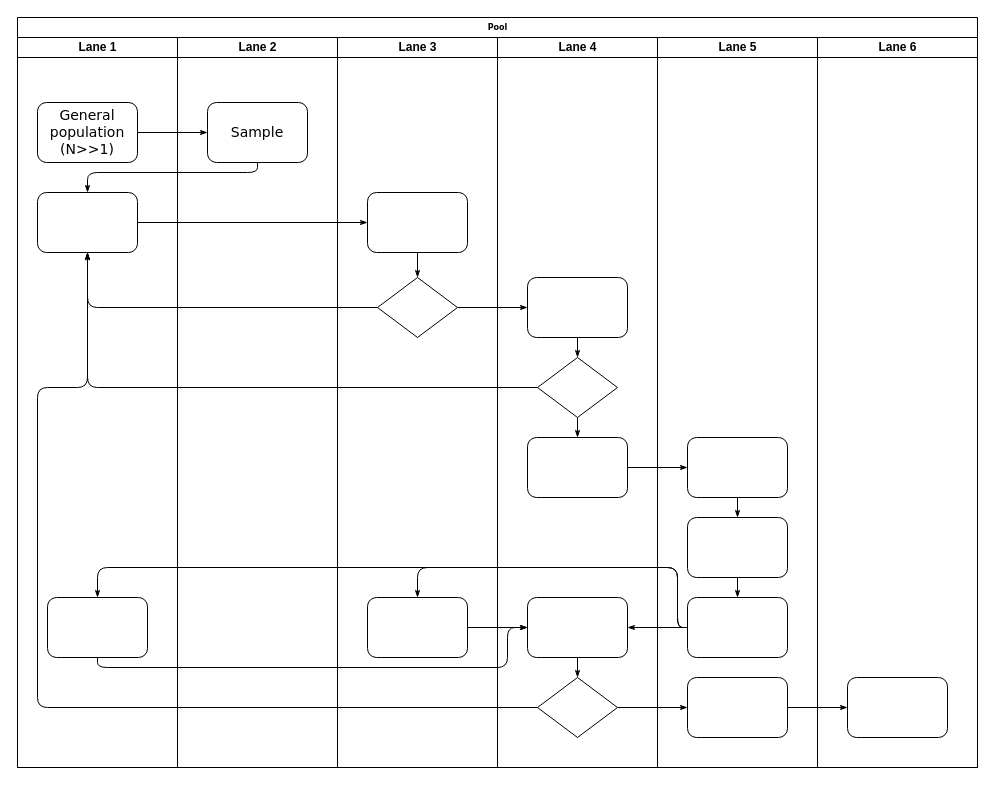
Above: Parts-Chapters/Bootstrap/Untitled Diagram.drawio in Kirill-Murashev/AI_for_valuers_book (draw.io), before the change. Source tidied: cells renumbered, new cells numbered last; positions are measured from the earlier drawing's top-left corner, leaving out a move shared by most shapes. Both pictures are drawn from the tidied source at 100%, with x=0, y=0 at pixel (17, 17).
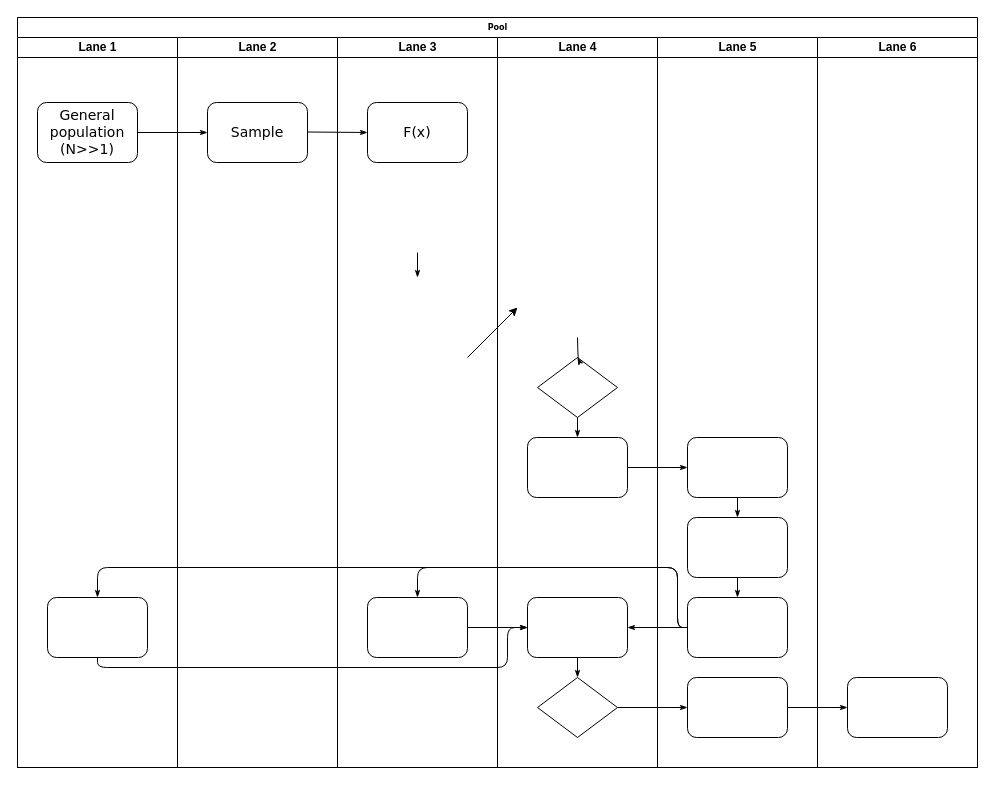
The same page after the edit.

Unchanged cells that the change refers to:
```xml
<mxCell id="2" value="Pool" style="swimlane;html=1;startSize=20;rounded=0;shadow=0;labelBackgroundColor=none;strokeWidth=1;fontFamily=Verdana;fontSize=8;align=center;" parent="1" vertex="1">
  <mxGeometry width="960" height="750" as="geometry" />
</mxCell>
<mxCell id="3" value="Lane 1" style="swimlane;html=1;startSize=20;" parent="2" vertex="1">
  <mxGeometry y="20" width="160" height="730" as="geometry" />
</mxCell>
<mxCell id="22" value="Lane 2" style="swimlane;html=1;startSize=20;" parent="2" vertex="1">
  <mxGeometry x="160" y="20" width="160" height="730" as="geometry" />
</mxCell>
<mxCell id="23" value="&lt;font style=&quot;font-size: 14px;&quot;&gt;Sample&lt;/font&gt;" style="rounded=1;whiteSpace=wrap;html=1;shadow=0;labelBackgroundColor=none;strokeWidth=1;fontFamily=Verdana;fontSize=8;align=center;" parent="22" vertex="1">
  <mxGeometry x="30" y="65" width="100" height="60" as="geometry" />
</mxCell>
<mxCell id="24" value="Lane 3" style="swimlane;html=1;startSize=20;" parent="2" vertex="1">
  <mxGeometry x="320" y="20" width="160" height="730" as="geometry" />
</mxCell>
<mxCell id="29" value="Lane 4" style="swimlane;html=1;startSize=20;" parent="2" vertex="1">
  <mxGeometry x="480" y="20" width="160" height="730" as="geometry" />
</mxCell>
<mxCell id="31" style="rhombus;whiteSpace=wrap;html=1;rounded=0;shadow=0;labelBackgroundColor=none;strokeWidth=1;fontFamily=Verdana;fontSize=8;align=center;" parent="29" vertex="1">
  <mxGeometry x="40" y="320" width="80" height="60" as="geometry" />
</mxCell>
<mxCell id="34" style="rhombus;whiteSpace=wrap;html=1;rounded=0;shadow=0;labelBackgroundColor=none;strokeWidth=1;fontFamily=Verdana;fontSize=8;align=center;" parent="29" vertex="1">
  <mxGeometry x="40" y="640" width="80" height="60" as="geometry" />
</mxCell>
```

Change to the diagram source:
```diff
@@
-    <mxCell id="5" style="rounded=1;whiteSpace=wrap;html=1;shadow=0;labelBackgroundColor=none;strokeWidth=1;fontFamily=Verdana;fontSize=8;align=center;" parent="3" vertex="1">
-      <mxGeometry x="20" y="155" width="100" height="60" as="geometry" />
-    </mxCell>
@@
-    <mxCell id="8" style="edgeStyle=orthogonalEdgeStyle;rounded=1;html=1;labelBackgroundColor=none;startArrow=none;startFill=0;startSize=5;endArrow=classicThin;endFill=1;endSize=5;jettySize=auto;strokeWidth=1;fontFamily=Verdana;fontSize=8;" parent="2" edge="1" source="23" target="5">
-      <mxGeometry relative="1" as="geometry">
-        <Array as="points">
-          <mxPoint x="240" y="155" />
-          <mxPoint x="70" y="155" />
-        </Array>
-      </mxGeometry>
-    </mxCell>
-    <mxCell id="9" style="edgeStyle=orthogonalEdgeStyle;rounded=1;html=1;labelBackgroundColor=none;startArrow=none;startFill=0;startSize=5;endArrow=classicThin;endFill=1;endSize=5;jettySize=auto;strokeWidth=1;fontFamily=Verdana;fontSize=8;" parent="2" edge="1" source="5" target="25">
-      <mxGeometry relative="1" as="geometry" />
-    </mxCell>
-    <mxCell id="10" style="edgeStyle=orthogonalEdgeStyle;rounded=1;html=1;labelBackgroundColor=none;startArrow=none;startFill=0;startSize=5;endArrow=classicThin;endFill=1;endSize=5;jettySize=auto;strokeWidth=1;fontFamily=Verdana;fontSize=8;" parent="2" edge="1" source="26" target="5">
-      <mxGeometry relative="1" as="geometry" />
-    </mxCell>
-    <mxCell id="11" style="edgeStyle=orthogonalEdgeStyle;rounded=1;html=1;labelBackgroundColor=none;startArrow=none;startFill=0;startSize=5;endArrow=classicThin;endFill=1;endSize=5;jettySize=auto;strokeWidth=1;fontFamily=Verdana;fontSize=8;" parent="2" edge="1" source="31" target="5">
-      <mxGeometry relative="1" as="geometry" />
-    </mxCell>
-    <mxCell id="12" style="edgeStyle=orthogonalEdgeStyle;rounded=1;html=1;labelBackgroundColor=none;startArrow=none;startFill=0;startSize=5;endArrow=classicThin;endFill=1;endSize=5;jettySize=auto;strokeWidth=1;fontFamily=Verdana;fontSize=8;" parent="2" edge="1" source="34" target="5">
-      <mxGeometry relative="1" as="geometry">
-        <Array as="points">
-          <mxPoint x="20" y="690" />
-          <mxPoint x="20" y="370" />
-          <mxPoint x="70" y="370" />
-        </Array>
-      </mxGeometry>
-    </mxCell>
-    <mxCell id="13" style="edgeStyle=orthogonalEdgeStyle;rounded=1;html=1;labelBackgroundColor=none;startArrow=none;startFill=0;startSize=5;endArrow=classicThin;endFill=1;endSize=5;jettySize=auto;strokeWidth=1;fontFamily=Verdana;fontSize=8;" parent="2" edge="1" source="26" target="30">
-      <mxGeometry relative="1" as="geometry" />
-    </mxCell>
@@
+    <mxCell id="47" style="edgeStyle=orthogonalEdgeStyle;rounded=1;html=1;labelBackgroundColor=none;startArrow=none;startFill=0;startSize=5;endArrow=classicThin;endFill=1;endSize=5;jettySize=auto;strokeWidth=1;fontFamily=Verdana;fontSize=8;entryX=0;entryY=0.5;entryDx=0;entryDy=0;" parent="22" edge="1" target="5">
+      <mxGeometry relative="1" as="geometry">
+        <mxPoint x="130" y="94.5" as="sourcePoint" />
+      </mxGeometry>
+    </mxCell>
@@
-    <mxCell id="25" style="rounded=1;whiteSpace=wrap;html=1;shadow=0;labelBackgroundColor=none;strokeWidth=1;fontFamily=Verdana;fontSize=8;align=center;" parent="24" vertex="1">
-      <mxGeometry x="30" y="155" width="100" height="60" as="geometry" />
-    </mxCell>
-    <mxCell id="26" style="rhombus;whiteSpace=wrap;html=1;rounded=0;shadow=0;labelBackgroundColor=none;strokeWidth=1;fontFamily=Verdana;fontSize=8;align=center;" parent="24" vertex="1">
-      <mxGeometry x="40" y="240" width="80" height="60" as="geometry" />
-    </mxCell>
@@
-    <mxCell id="28" style="edgeStyle=orthogonalEdgeStyle;rounded=1;html=1;labelBackgroundColor=none;startArrow=none;startFill=0;startSize=5;endArrow=classicThin;endFill=1;endSize=5;jettySize=auto;strokeWidth=1;fontFamily=Verdana;fontSize=8;" parent="24" edge="1" source="25" target="26">
-      <mxGeometry relative="1" as="geometry" />
+    <mxCell id="28" style="edgeStyle=orthogonalEdgeStyle;rounded=1;html=1;labelBackgroundColor=none;startArrow=none;startFill=0;startSize=5;endArrow=classicThin;endFill=1;endSize=5;jettySize=auto;orthogonalLoop=1;strokeWidth=1;fontFamily=Verdana;fontSize=8;" parent="24" edge="1">
+      <mxGeometry relative="1" as="geometry">
+        <mxPoint x="80" y="215" as="sourcePoint" />
+        <mxPoint x="80" y="240" as="targetPoint" />
+      </mxGeometry>
     </mxCell>
+    <mxCell id="5" value="&lt;font style=&quot;font-size: 14px;&quot;&gt;F(x)&lt;/font&gt;" style="rounded=1;whiteSpace=wrap;html=1;shadow=0;labelBackgroundColor=none;strokeWidth=1;fontFamily=Verdana;fontSize=8;align=center;" parent="24" vertex="1">
+      <mxGeometry x="30" y="65" width="100" height="60" as="geometry" />
+    </mxCell>
@@
-    <mxCell id="30" style="rounded=1;whiteSpace=wrap;html=1;shadow=0;labelBackgroundColor=none;strokeWidth=1;fontFamily=Verdana;fontSize=8;align=center;" parent="29" vertex="1">
-      <mxGeometry x="30" y="240" width="100" height="60" as="geometry" />
-    </mxCell>
@@
-    <mxCell id="35" style="edgeStyle=orthogonalEdgeStyle;rounded=1;html=1;labelBackgroundColor=none;startArrow=none;startFill=0;startSize=5;endArrow=classicThin;endFill=1;endSize=5;jettySize=auto;strokeColor=#000000;strokeWidth=1;fontFamily=Verdana;fontSize=8;fontColor=#000000;" parent="29" edge="1" source="30" target="31">
-      <mxGeometry relative="1" as="geometry" />
+    <mxCell id="35" style="edgeStyle=orthogonalEdgeStyle;rounded=1;html=1;labelBackgroundColor=none;startArrow=none;startFill=0;startSize=5;endArrow=classicThin;endFill=1;endSize=5;jettySize=auto;strokeColor=#000000;strokeWidth=1;fontFamily=Verdana;fontSize=8;fontColor=#000000;" parent="29" edge="1" target="31">
+      <mxGeometry relative="1" as="geometry">
+        <mxPoint x="80" y="300" as="sourcePoint" />
+      </mxGeometry>
     </mxCell>
@@
+    <mxCell id="48" style="endArrow=classic;html=1;rounded=0;fontSize=14;" parent="1" edge="1">
+      <mxGeometry relative="1" as="geometry">
+        <mxPoint x="450" y="340" as="sourcePoint" />
+        <mxPoint x="500" y="290" as="targetPoint" />
+      </mxGeometry>
+    </mxCell>
```
